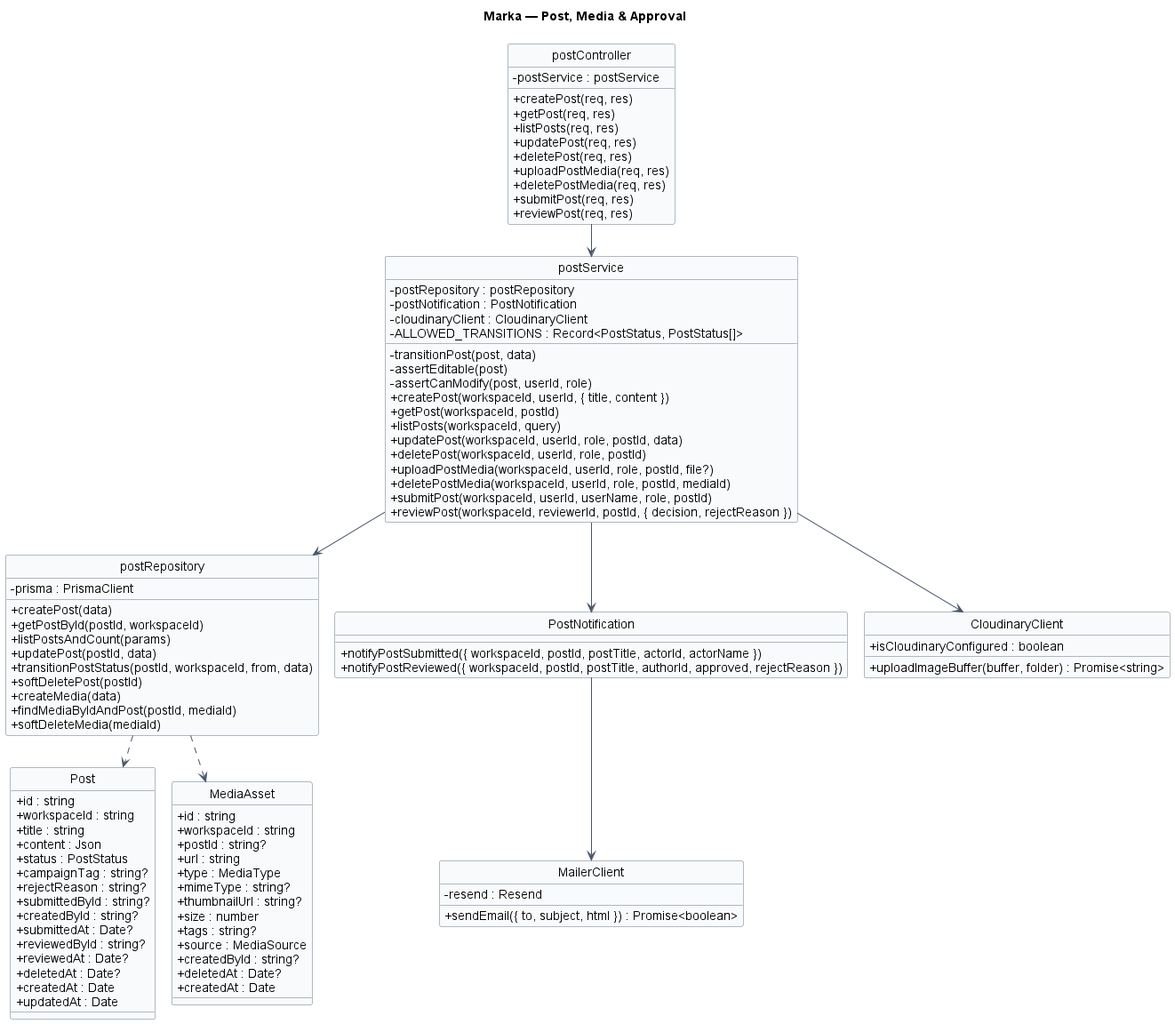
Above: docs/diagrams/05-post.png in Pham-Hong-Ky/marka-capstone (PlantUML), before the change.
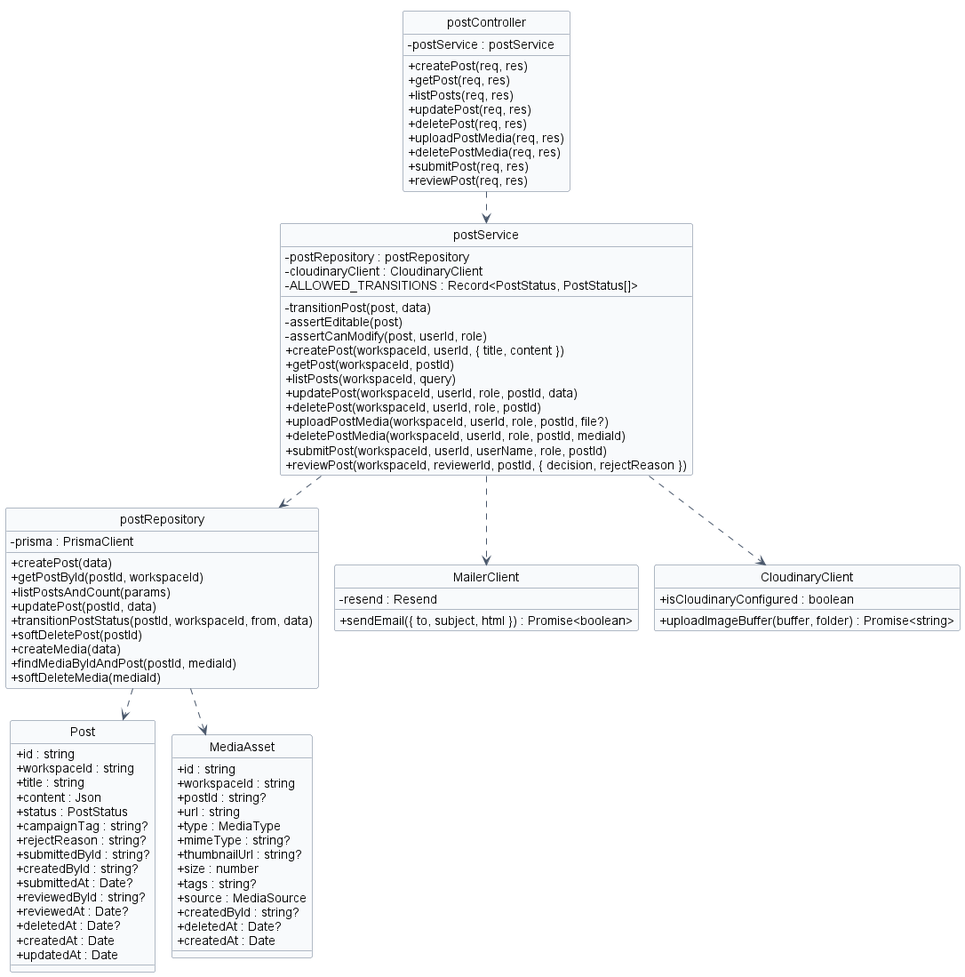
The same file after the commit.

What changed in the source:
```diff
@@ -2,7 +2,6 @@
 hide circle
 hide stereotype
 !pragma layout smetana
-title Marka — Post, Media & Approval
 
 skinparam classAttributeIconSize 0
 skinparam linetype ortho
@@ -65,7 +64,6 @@
 
 class "postService" as postService {
   - postRepository : postRepository
-  - postNotification : PostNotification
   - cloudinaryClient : CloudinaryClient
   - ALLOWED_TRANSITIONS : Record<PostStatus, PostStatus[]>
   - transitionPost(post, data)
@@ -95,11 +93,6 @@
   + softDeleteMedia(mediaId)
 }
 
-class "PostNotification" as postNotification {
-  + notifyPostSubmitted({ workspaceId, postId, postTitle, actorId, actorName })
-  + notifyPostReviewed({ workspaceId, postId, postTitle, authorId, approved, rejectReason })
-}
-
 class "MailerClient" as mailerClient {
   - resend : Resend
   + sendEmail({ to, subject, html }) : Promise<boolean>
@@ -110,11 +103,10 @@
   + uploadImageBuffer(buffer, folder) : Promise<string>
 }
 
-postController --> postService
-postService --> postRepository
-postService --> postNotification
-postService --> cloudinaryClient
-postNotification --> mailerClient
+postController ..> postService
+postService ..> postRepository
+postService ..> cloudinaryClient
+postService ..> mailerClient
 postRepository ..> Post
 postRepository ..> MediaAsset
 
```
